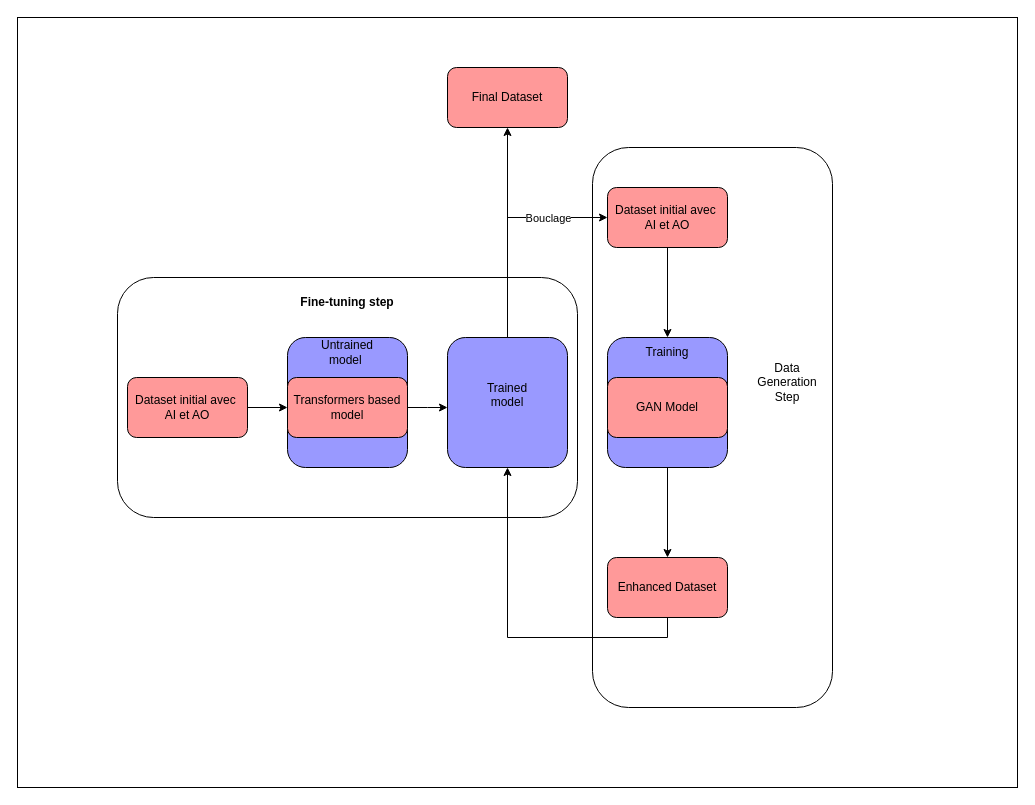
Earlier version of the draw.io diagram Images/Combined ML Techniques.drawio (qvelard/BiomolGeneration). Source tidied: cells renumbered, new cells numbered last; positions are measured from the earlier drawing's top-left corner, leaving out a move shared by most shapes. Both pictures are drawn from the tidied source at 100%, with x=0, y=0 at pixel (17, 17).
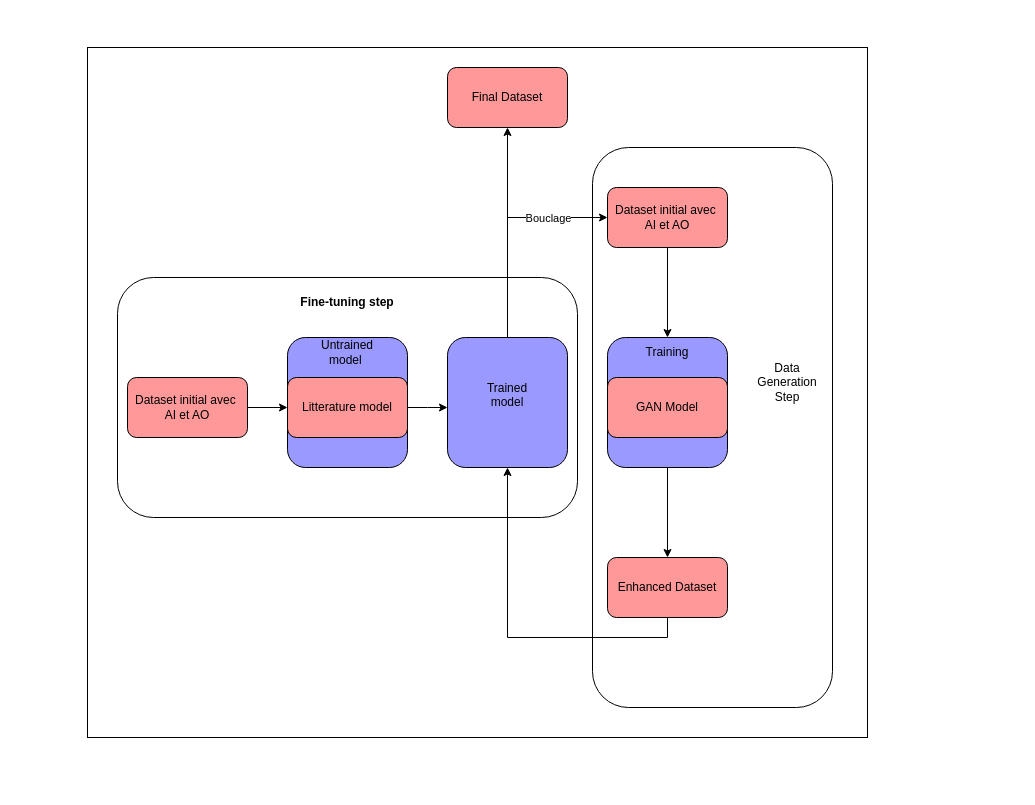
Above is the later version.

What changed in the source:
```diff
@@
     <mxCell id="2" style="whiteSpace=wrap;html=1;fillColor=#FFFFFF;" parent="1" vertex="1">
-      <mxGeometry width="1000" height="770" as="geometry" />
+      <mxGeometry x="70" y="30" width="780" height="690" as="geometry" />
     </mxCell>
@@
-    <mxCell id="14" value="Transformers based model" style="rounded=1;whiteSpace=wrap;html=1;fillColor=#FF9999;" parent="1" vertex="1">
+    <mxCell id="14" value="Litterature model" style="rounded=1;whiteSpace=wrap;html=1;fillColor=#FF9999;" parent="1" vertex="1">
       <mxGeometry x="270" y="360" width="120" height="60" as="geometry" />
     </mxCell>
```
